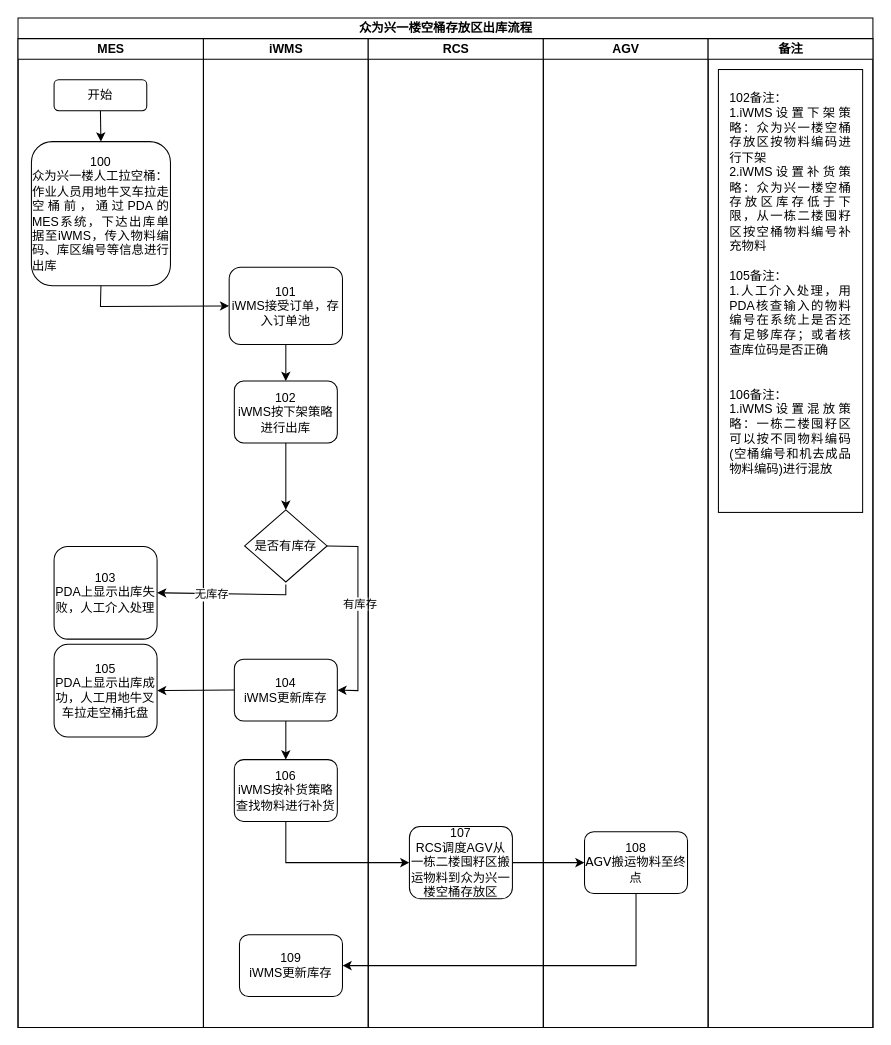
Earlier version of the draw.io diagram page "众为兴一楼空桶存放区出库流程" (3 of 18) of data/伍子醉-无MES业务流程图.drawio (chenyanxi/hosts). Source tidied: cells renumbered, new cells numbered last; positions are measured from the earlier drawing's top-left corner, leaving out a move shared by most shapes. Both pictures are drawn from the tidied source at 103%, with x=0, y=0 at pixel (18, 18).
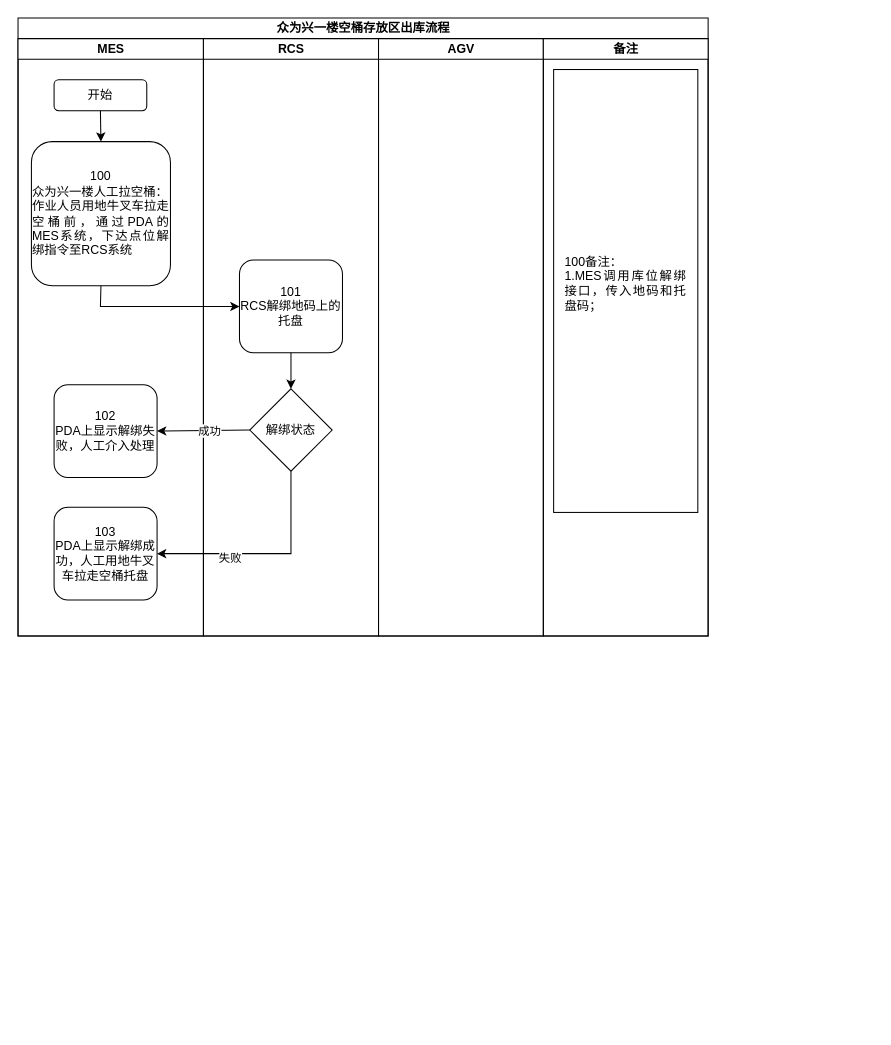
The same diagram, later.

What changed in the source:
```diff
@@
     <mxCell id="2" value="&lt;font style=&quot;font-size: 12px;&quot;&gt;众为兴一楼空桶存放区出库流程&lt;/font&gt;" style="swimlane;html=1;startSize=20;rounded=0;shadow=0;labelBackgroundColor=none;strokeWidth=1;fontFamily=Verdana;fontSize=8;align=center;" parent="1" vertex="1">
-      <mxGeometry width="830" height="980" as="geometry" />
+      <mxGeometry width="670" height="600" as="geometry" />
     </mxCell>
     <mxCell id="3" value="MES" style="swimlane;html=1;startSize=20;" parent="2" vertex="1">
-      <mxGeometry y="20" width="180" height="960" as="geometry" />
+      <mxGeometry y="20" width="180" height="580" as="geometry" />
     </mxCell>
@@
-    <mxCell id="5" value="&lt;div&gt;&lt;font face=&quot;Helvetica&quot; style=&quot;font-size: 12px;&quot;&gt;103&lt;/font&gt;&lt;/div&gt;&lt;font face=&quot;Helvetica&quot;&gt;&lt;span style=&quot;font-size: 12px;&quot;&gt;PDA上显示出库失败，人工介入处理&lt;/span&gt;&lt;/font&gt;" style="rounded=1;whiteSpace=wrap;html=1;shadow=0;labelBackgroundColor=none;strokeWidth=1;fontFamily=Verdana;fontSize=8;align=center;" parent="3" vertex="1">
-      <mxGeometry x="35" y="493" width="100" height="90" as="geometry" />
+    <mxCell id="5" value="&lt;div&gt;&lt;font face=&quot;Helvetica&quot; style=&quot;font-size: 12px;&quot;&gt;102&lt;/font&gt;&lt;/div&gt;&lt;font face=&quot;Helvetica&quot;&gt;&lt;span style=&quot;font-size: 12px;&quot;&gt;PDA上显示解绑失败，人工介入处理&lt;/span&gt;&lt;/font&gt;" style="rounded=1;whiteSpace=wrap;html=1;shadow=0;labelBackgroundColor=none;strokeWidth=1;fontFamily=Verdana;fontSize=8;align=center;" parent="3" vertex="1">
+      <mxGeometry x="35" y="336" width="100" height="90" as="geometry" />
     </mxCell>
-    <mxCell id="6" value="&lt;div style=&quot;&quot;&gt;&lt;span style=&quot;font-size: 12px; font-family: Helvetica; background-color: initial;&quot;&gt;100&lt;/span&gt;&lt;/div&gt;&lt;font style=&quot;font-size: 12px;&quot; face=&quot;Helvetica&quot;&gt;&lt;div style=&quot;text-align: justify;&quot;&gt;&lt;span style=&quot;background-color: initial;&quot;&gt;众为兴一楼人工拉空桶：&lt;/span&gt;&lt;/div&gt;&lt;/font&gt;&lt;div style=&quot;text-align: justify;&quot;&gt;&lt;font style=&quot;font-size: 12px;&quot; face=&quot;Helvetica&quot;&gt;作业人员用地牛叉车拉走空桶前，通过PDA的MES系统，下达出库单据至iWMS，传入物料编码、库区编号等信息进行出库&lt;/font&gt;&lt;/div&gt;" style="rounded=1;whiteSpace=wrap;html=1;shadow=0;labelBackgroundColor=none;strokeWidth=1;fontFamily=Verdana;fontSize=8;align=center;" parent="3" vertex="1">
+    <mxCell id="6" value="&lt;div style=&quot;&quot;&gt;&lt;span style=&quot;font-size: 12px; font-family: Helvetica; background-color: initial;&quot;&gt;100&lt;/span&gt;&lt;/div&gt;&lt;font style=&quot;font-size: 12px;&quot; face=&quot;Helvetica&quot;&gt;&lt;div style=&quot;text-align: justify;&quot;&gt;&lt;span style=&quot;background-color: initial;&quot;&gt;众为兴一楼人工拉空桶：&lt;/span&gt;&lt;/div&gt;&lt;/font&gt;&lt;div style=&quot;text-align: justify;&quot;&gt;&lt;font style=&quot;font-size: 12px;&quot; face=&quot;Helvetica&quot;&gt;作业人员用地牛叉车拉走空桶前，通过PDA的MES系统，下达点位解绑指令至RCS系统&lt;/font&gt;&lt;/div&gt;" style="rounded=1;whiteSpace=wrap;html=1;shadow=0;labelBackgroundColor=none;strokeWidth=1;fontFamily=Verdana;fontSize=8;align=center;" parent="3" vertex="1">
       <mxGeometry x="13" y="100" width="135" height="140" as="geometry" />
     </mxCell>
@@
-    <mxCell id="8" value="&lt;div&gt;&lt;font face=&quot;Helvetica&quot; style=&quot;font-size: 12px;&quot;&gt;105&lt;/font&gt;&lt;/div&gt;&lt;font face=&quot;Helvetica&quot;&gt;&lt;span style=&quot;font-size: 12px;&quot;&gt;PDA上显示出库成功，人工用地牛叉车拉走空桶托盘&lt;/span&gt;&lt;/font&gt;" style="rounded=1;whiteSpace=wrap;html=1;shadow=0;labelBackgroundColor=none;strokeWidth=1;fontFamily=Verdana;fontSize=8;align=center;" parent="3" vertex="1">
-      <mxGeometry x="35" y="588" width="100" height="90" as="geometry" />
+    <mxCell id="8" value="&lt;div&gt;&lt;font face=&quot;Helvetica&quot; style=&quot;font-size: 12px;&quot;&gt;103&lt;/font&gt;&lt;/div&gt;&lt;font face=&quot;Helvetica&quot;&gt;&lt;span style=&quot;font-size: 12px;&quot;&gt;PDA上显示解绑成功，人工用地牛叉车拉走空桶托盘&lt;/span&gt;&lt;/font&gt;" style="rounded=1;whiteSpace=wrap;html=1;shadow=0;labelBackgroundColor=none;strokeWidth=1;fontFamily=Verdana;fontSize=8;align=center;" parent="3" vertex="1">
+      <mxGeometry x="35" y="455" width="100" height="90" as="geometry" />
     </mxCell>
-    <mxCell id="9" value="iWMS" style="swimlane;html=1;startSize=20;" parent="2" vertex="1">
-      <mxGeometry x="180" y="20" width="160" height="960" as="geometry" />
-    </mxCell>
-    <mxCell id="10" value="&lt;font style=&quot;font-size: 12px;&quot; face=&quot;Helvetica&quot;&gt;101&lt;/font&gt;&lt;div&gt;&lt;font style=&quot;font-size: 12px;&quot; face=&quot;Helvetica&quot;&gt;iWMS接受订单，存入订单池&lt;/font&gt;&lt;/div&gt;" style="rounded=1;whiteSpace=wrap;html=1;shadow=0;labelBackgroundColor=none;strokeWidth=1;fontFamily=Verdana;fontSize=8;align=center;" parent="9" vertex="1">
-      <mxGeometry x="25" y="222" width="110" height="75" as="geometry" />
-    </mxCell>
-    <mxCell id="11" value="&lt;font face=&quot;Helvetica&quot;&gt;&lt;span style=&quot;font-size: 12px;&quot;&gt;是否有库存&lt;/span&gt;&lt;/font&gt;" style="rhombus;whiteSpace=wrap;html=1;rounded=0;shadow=0;labelBackgroundColor=none;strokeWidth=1;fontFamily=Verdana;fontSize=8;align=center;" parent="9" vertex="1">
-      <mxGeometry x="40" y="457.5" width="80" height="70" as="geometry" />
-    </mxCell>
-    <mxCell id="12" style="endArrow=classic;html=1;rounded=0;entryX=1;entryY=0.5;entryDx=0;entryDy=0;" parent="9" edge="1" target="5">
-      <mxGeometry relative="1" as="geometry">
-        <mxPoint x="80" y="530" as="sourcePoint" />
-        <Array as="points">
-          <mxPoint x="80" y="540" />
-        </Array>
-      </mxGeometry>
-    </mxCell>
-    <mxCell id="13" value="无库存" style="edgeLabel;html=1;align=center;verticalAlign=middle;" parent="12" vertex="1">
-      <mxGeometry x="0.22" y="1" relative="1" as="geometry" />
-    </mxCell>
-    <mxCell id="14" value="&lt;font style=&quot;font-size: 12px;&quot; face=&quot;Helvetica&quot;&gt;102&lt;/font&gt;&lt;div&gt;&lt;font style=&quot;font-size: 12px;&quot; face=&quot;Helvetica&quot;&gt;iWMS按下架策略进行出库&lt;/font&gt;&lt;/div&gt;" style="rounded=1;whiteSpace=wrap;html=1;shadow=0;labelBackgroundColor=none;strokeWidth=1;fontFamily=Verdana;fontSize=8;align=center;" parent="9" vertex="1">
-      <mxGeometry x="30" y="332.5" width="100" height="60" as="geometry" />
-    </mxCell>
-    <mxCell id="15" style="endArrow=classic;html=1;rounded=0;exitX=0.5;exitY=1;exitDx=0;exitDy=0;entryX=0.5;entryY=0;entryDx=0;entryDy=0;" parent="9" edge="1" source="10" target="14">
-      <mxGeometry relative="1" as="geometry" />
-    </mxCell>
-    <mxCell id="16" style="endArrow=classic;html=1;rounded=0;exitX=0.5;exitY=1;exitDx=0;exitDy=0;entryX=0.5;entryY=0;entryDx=0;entryDy=0;" parent="9" edge="1" source="14" target="11">
-      <mxGeometry relative="1" as="geometry" />
-    </mxCell>
-    <mxCell id="17" value="&lt;font style=&quot;font-size: 12px;&quot; face=&quot;Helvetica&quot;&gt;104&lt;/font&gt;&lt;div&gt;&lt;font style=&quot;font-size: 12px;&quot; face=&quot;Helvetica&quot;&gt;iWMS更新库存&lt;/font&gt;&lt;/div&gt;" style="rounded=1;whiteSpace=wrap;html=1;shadow=0;labelBackgroundColor=none;strokeWidth=1;fontFamily=Verdana;fontSize=8;align=center;" parent="9" vertex="1">
-      <mxGeometry x="30" y="602.5" width="100" height="60" as="geometry" />
-    </mxCell>
-    <mxCell id="18" value="&lt;font style=&quot;font-size: 12px;&quot; face=&quot;Helvetica&quot;&gt;106&lt;/font&gt;&lt;div&gt;&lt;font style=&quot;font-size: 12px;&quot; face=&quot;Helvetica&quot;&gt;iWMS按补货策略查找物料进行补货&lt;/font&gt;&lt;/div&gt;" style="rounded=1;whiteSpace=wrap;html=1;shadow=0;labelBackgroundColor=none;strokeWidth=1;fontFamily=Verdana;fontSize=8;align=center;" parent="9" vertex="1">
-      <mxGeometry x="30" y="700" width="100" height="60" as="geometry" />
-    </mxCell>
-    <mxCell id="19" style="endArrow=classic;html=1;rounded=0;exitX=0.5;exitY=1;exitDx=0;exitDy=0;" parent="9" edge="1" source="17" target="18">
-      <mxGeometry relative="1" as="geometry" />
-    </mxCell>
-    <mxCell id="20" value="&lt;font style=&quot;font-size: 12px;&quot; face=&quot;Helvetica&quot;&gt;109&lt;/font&gt;&lt;div&gt;&lt;font style=&quot;font-size: 12px;&quot; face=&quot;Helvetica&quot;&gt;iWMS更新库存&lt;/font&gt;&lt;/div&gt;" style="rounded=1;whiteSpace=wrap;html=1;shadow=0;labelBackgroundColor=none;strokeWidth=1;fontFamily=Verdana;fontSize=8;align=center;" parent="9" vertex="1">
-      <mxGeometry x="35" y="870" width="100" height="60" as="geometry" />
-    </mxCell>
-    <mxCell id="21" style="endArrow=classic;html=1;rounded=0;exitX=1;exitY=0.5;exitDx=0;exitDy=0;entryX=1;entryY=0.5;entryDx=0;entryDy=0;" parent="9" edge="1" source="11" target="17">
-      <mxGeometry relative="1" as="geometry">
-        <Array as="points">
-          <mxPoint x="150" y="493" />
-          <mxPoint x="150" y="633" />
-        </Array>
-      </mxGeometry>
-    </mxCell>
-    <mxCell id="22" value="有库存" style="edgeLabel;html=1;align=center;verticalAlign=middle;" parent="21" vertex="1">
-      <mxGeometry x="-0.1" y="1" relative="1" as="geometry" />
-    </mxCell>
     <mxCell id="23" value="RCS" style="swimlane;html=1;startSize=20;" parent="2" vertex="1">
-      <mxGeometry x="340" y="20" width="170" height="960" as="geometry" />
+      <mxGeometry x="180" y="20" width="170" height="580" as="geometry" />
     </mxCell>
-    <mxCell id="24" value="&lt;font style=&quot;font-size: 12px;&quot; face=&quot;Helvetica&quot;&gt;107&lt;/font&gt;&lt;div&gt;&lt;font style=&quot;font-size: 12px;&quot; face=&quot;Helvetica&quot;&gt;RCS调度AGV从一栋二楼囤籽区搬运物料到众为兴一楼空桶存放区&lt;/font&gt;&lt;/div&gt;" style="rounded=1;whiteSpace=wrap;html=1;shadow=0;labelBackgroundColor=none;strokeWidth=1;fontFamily=Verdana;fontSize=8;align=center;" parent="23" vertex="1">
-      <mxGeometry x="40" y="765" width="100" height="70" as="geometry" />
-    </mxCell>
+    <mxCell id="34" value="&lt;div&gt;&lt;font face=&quot;Helvetica&quot; style=&quot;font-size: 12px;&quot;&gt;101&lt;/font&gt;&lt;/div&gt;&lt;font face=&quot;Helvetica&quot;&gt;&lt;span style=&quot;font-size: 12px;&quot;&gt;RCS解绑地码上的托盘&lt;/span&gt;&lt;/font&gt;" style="rounded=1;whiteSpace=wrap;html=1;shadow=0;labelBackgroundColor=none;strokeWidth=1;fontFamily=Verdana;fontSize=8;align=center;" parent="23" vertex="1">
+      <mxGeometry x="35" y="215" width="100" height="90" as="geometry" />
+    </mxCell>
+    <mxCell id="35" value="解绑状态" style="rhombus;whiteSpace=wrap;html=1;" parent="23" vertex="1">
+      <mxGeometry x="45" y="340" width="80" height="80" as="geometry" />
+    </mxCell>
+    <mxCell id="36" style="endArrow=classic;html=1;rounded=0;exitX=0.5;exitY=1;exitDx=0;exitDy=0;entryX=0.5;entryY=0;entryDx=0;entryDy=0;" parent="23" edge="1" source="34" target="35">
+      <mxGeometry relative="1" as="geometry" />
+    </mxCell>
     <mxCell id="25" value="AGV" style="swimlane;html=1;startSize=20;" parent="2" vertex="1">
-      <mxGeometry x="510" y="20" width="160" height="960" as="geometry" />
+      <mxGeometry x="350" y="20" width="160" height="580" as="geometry" />
     </mxCell>
-    <mxCell id="26" value="&lt;font style=&quot;font-size: 12px;&quot; face=&quot;Helvetica&quot;&gt;108&lt;/font&gt;&lt;div&gt;&lt;font style=&quot;font-size: 12px;&quot;&gt;AGV搬运物料至终点&lt;/font&gt;&lt;/div&gt;" style="rounded=1;whiteSpace=wrap;html=1;shadow=0;labelBackgroundColor=none;strokeWidth=1;fontFamily=Verdana;fontSize=8;align=center;" parent="25" vertex="1">
-      <mxGeometry x="40" y="770" width="100" height="60" as="geometry" />
-    </mxCell>
     <mxCell id="27" value="备注" style="swimlane;html=1;startSize=20;" parent="2" vertex="1">
-      <mxGeometry x="670" y="20" width="160" height="960" as="geometry" />
+      <mxGeometry x="510" y="20" width="160" height="580" as="geometry" />
     </mxCell>
-    <mxCell id="28" value="&lt;div style=&quot;text-align: justify;&quot;&gt;102备注：&lt;/div&gt;&lt;div style=&quot;text-align: justify;&quot;&gt;&lt;span style=&quot;text-align: center; background-color: initial;&quot;&gt;1.iWMS设置下架策略：众为兴一楼空桶存放区按物料编码进行下架&lt;/span&gt;&lt;/div&gt;&lt;div style=&quot;text-align: justify;&quot;&gt;&lt;span style=&quot;text-align: center;&quot;&gt;2.iWMS设置补货策略：&lt;/span&gt;&lt;span style=&quot;text-align: center;&quot;&gt;众为兴一楼空桶存放区&lt;/span&gt;&lt;span style=&quot;text-align: center;&quot;&gt;库存低于下限，从一栋二楼囤籽区按空桶物料编号补充物料&lt;/span&gt;&lt;/div&gt;&lt;div style=&quot;text-align: justify;&quot;&gt;&lt;span style=&quot;text-align: center;&quot;&gt;&lt;br&gt;&lt;/span&gt;&lt;/div&gt;&lt;div style=&quot;text-align: justify;&quot;&gt;&lt;span style=&quot;text-align: center;&quot;&gt;105备注：&lt;/span&gt;&lt;/div&gt;&lt;div style=&quot;text-align: justify;&quot;&gt;1.人工介入处理，用PDA核查输入的物料编号在系统上是否还有足够库存；或者核查库位码是否正确&lt;/div&gt;&lt;div style=&quot;text-align: justify;&quot;&gt;&lt;br&gt;&lt;/div&gt;&lt;div style=&quot;text-align: justify;&quot;&gt;&lt;br&gt;&lt;/div&gt;&lt;div style=&quot;text-align: justify;&quot;&gt;&lt;div&gt;106备注：&lt;/div&gt;&lt;div&gt;1.iWMS设置混放策略：一栋二楼囤籽区可以按不同物料编码(空桶编号和机去成品物料编码)进行混放&lt;/div&gt;&lt;div&gt;&lt;br&gt;&lt;/div&gt;&lt;/div&gt;" style="rounded=0;whiteSpace=wrap;html=1;spacingTop=5;spacingLeft=10;spacingBottom=5;spacingRight=10;" parent="27" vertex="1">
+    <mxCell id="28" value="&lt;div style=&quot;text-align: justify;&quot;&gt;100备注：&lt;/div&gt;&lt;div style=&quot;text-align: justify;&quot;&gt;&lt;span style=&quot;text-align: center; background-color: initial;&quot;&gt;1.MES调用库位解绑接口，传入地码和托盘码；&lt;/span&gt;&lt;/div&gt;&lt;div style=&quot;text-align: justify;&quot;&gt;&lt;div&gt;&lt;br&gt;&lt;/div&gt;&lt;/div&gt;" style="rounded=0;whiteSpace=wrap;html=1;spacingTop=5;spacingLeft=10;spacingBottom=5;spacingRight=10;" parent="27" vertex="1">
       <mxGeometry x="10" y="30" width="140" height="430" as="geometry" />
     </mxCell>
-    <mxCell id="29" style="endArrow=classic;html=1;rounded=0;exitX=1;exitY=0.5;exitDx=0;exitDy=0;entryX=0;entryY=0.5;entryDx=0;entryDy=0;" parent="2" edge="1" source="24" target="26">
-      <mxGeometry relative="1" as="geometry" />
-    </mxCell>
-    <mxCell id="30" style="endArrow=classic;html=1;rounded=0;exitX=0.5;exitY=1;exitDx=0;exitDy=0;entryX=1;entryY=0.5;entryDx=0;entryDy=0;" parent="2" edge="1" source="26" target="20">
-      <mxGeometry relative="1" as="geometry">
-        <Array as="points">
-          <mxPoint x="600" y="920" />
-        </Array>
-      </mxGeometry>
-    </mxCell>
-    <mxCell id="31" style="endArrow=classic;html=1;rounded=0;exitX=0.5;exitY=1;exitDx=0;exitDy=0;entryX=0;entryY=0.5;entryDx=0;entryDy=0;" parent="2" edge="1" source="6" target="10">
+    <mxCell id="31" style="endArrow=classic;html=1;rounded=0;exitX=0.5;exitY=1;exitDx=0;exitDy=0;entryX=0;entryY=0.5;entryDx=0;entryDy=0;" parent="2" edge="1" source="6" target="34">
       <mxGeometry relative="1" as="geometry">
         <Array as="points">
           <mxPoint x="80" y="280" />
         </Array>
       </mxGeometry>
     </mxCell>
-    <mxCell id="32" style="endArrow=classic;html=1;rounded=0;exitX=0;exitY=0.5;exitDx=0;exitDy=0;entryX=1;entryY=0.5;entryDx=0;entryDy=0;" parent="2" edge="1" source="17" target="8">
-      <mxGeometry relative="1" as="geometry" />
+    <mxCell id="32" style="endArrow=classic;html=1;rounded=0;entryX=1;entryY=0.5;entryDx=0;entryDy=0;exitX=0.5;exitY=1;exitDx=0;exitDy=0;" parent="2" edge="1" source="35" target="8">
+      <mxGeometry relative="1" as="geometry">
+        <Array as="points">
+          <mxPoint x="265" y="520" />
+        </Array>
+      </mxGeometry>
     </mxCell>
-    <mxCell id="33" style="endArrow=classic;html=1;rounded=0;exitX=0.5;exitY=1;exitDx=0;exitDy=0;entryX=0;entryY=0.5;entryDx=0;entryDy=0;" parent="2" edge="1" source="18" target="24">
-      <mxGeometry relative="1" as="geometry">
-        <Array as="points">
-          <mxPoint x="260" y="820" />
-        </Array>
-      </mxGeometry>
-    </mxCell>
+    <mxCell id="37" value="失败" style="edgeLabel;html=1;align=center;verticalAlign=middle;" parent="32" vertex="1">
+      <mxGeometry x="0.33" y="4" relative="1" as="geometry" />
+    </mxCell>
+    <mxCell id="38" style="endArrow=classic;html=1;rounded=0;exitX=0;exitY=0.5;exitDx=0;exitDy=0;entryX=1;entryY=0.5;entryDx=0;entryDy=0;" parent="2" edge="1" source="35" target="5">
+      <mxGeometry relative="1" as="geometry" />
+    </mxCell>
+    <mxCell id="39" value="成功" style="edgeLabel;html=1;align=center;verticalAlign=middle;" parent="38" vertex="1">
+      <mxGeometry x="-0.11" relative="1" as="geometry" />
+    </mxCell>
```
